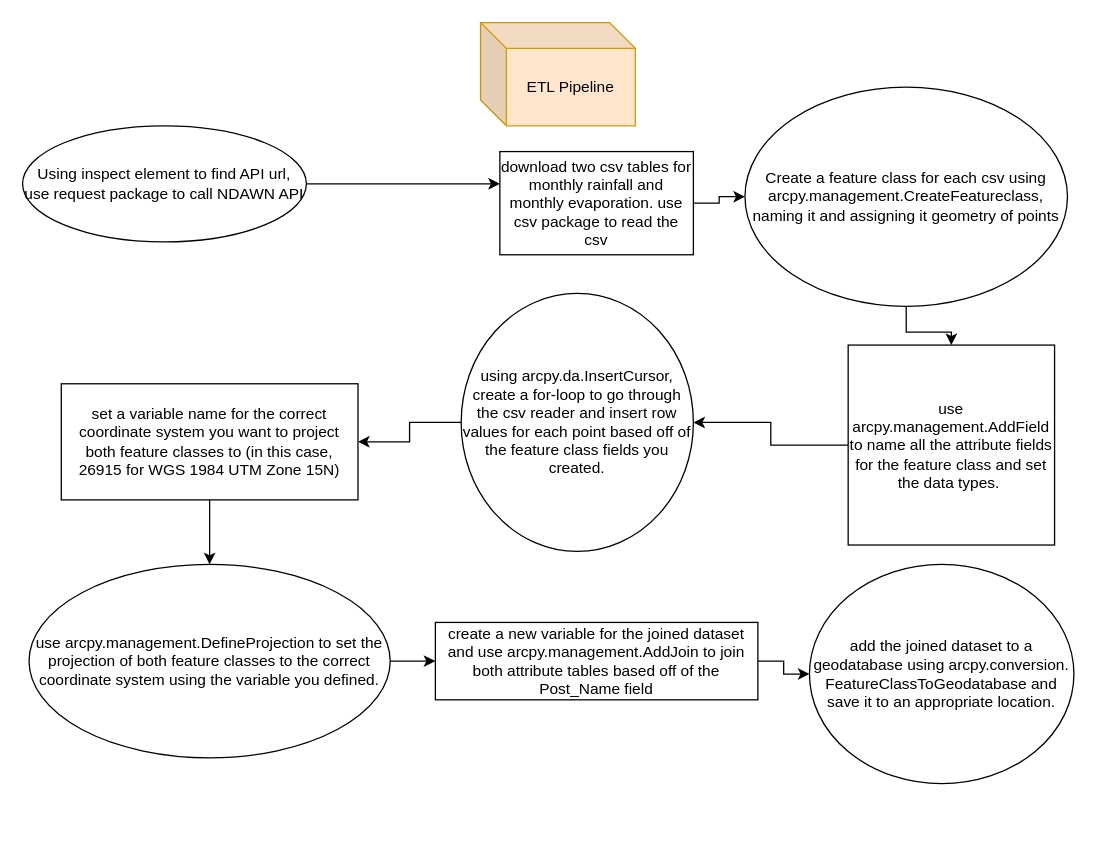
Above: lab01/Untitled Diagram.drawio in lsageser1/GIS5571 (draw.io), before the change. Source tidied: cells renumbered, new cells numbered last; positions are measured from the earlier drawing's top-left corner, leaving out a move shared by most shapes. Both pictures are drawn from the tidied source at 129%, with x=0, y=0 at pixel (22, 22).
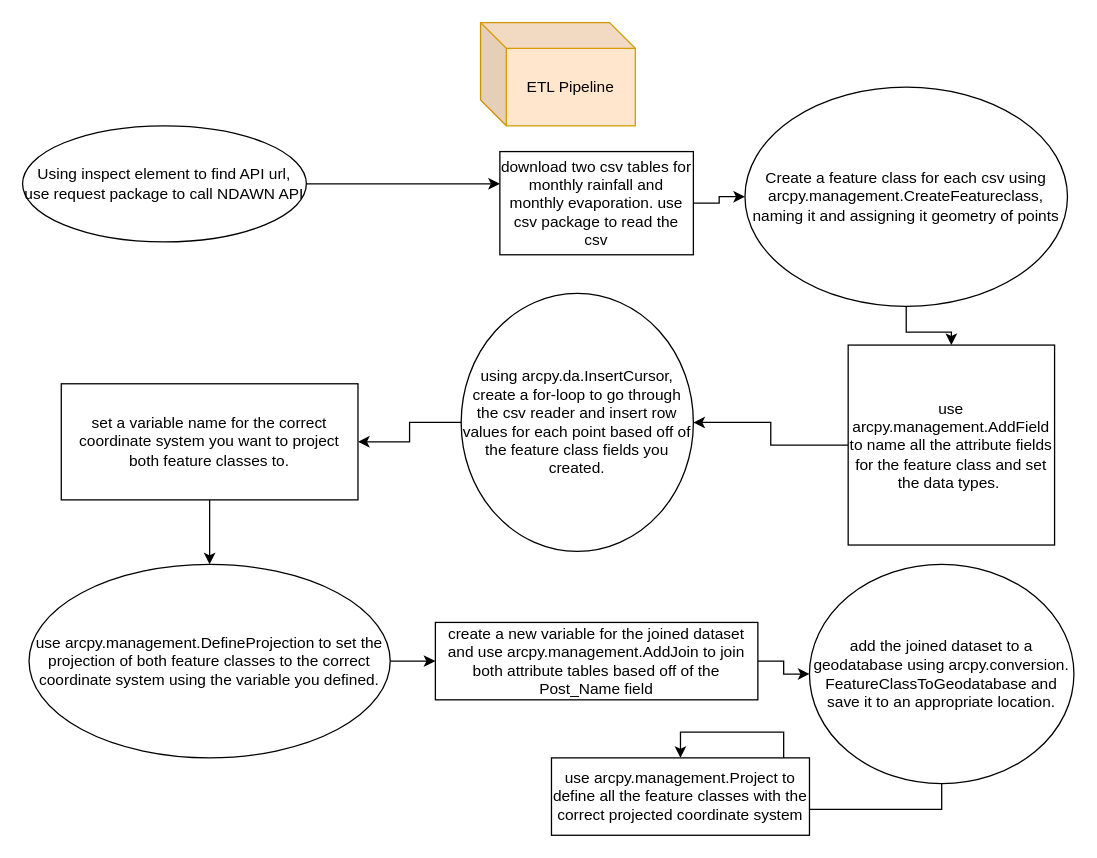
After the change.

Unchanged cells that the change refers to:
```xml
<mxCell id="19" value="add the joined dataset to a geodatabase using arcpy.conversion.&lt;br&gt;FeatureClassToGeodatabase and save it to an appropriate location." style="ellipse;whiteSpace=wrap;html=1;rounded=0;" parent="1" vertex="1">
  <mxGeometry x="610" y="420" width="205" height="170" as="geometry" />
</mxCell>
```

The edit, as a diff of the source:
```diff
@@
-    <mxCell id="14" value="set a variable name for the correct coordinate system you want to project both feature classes to (in this case, 26915 for WGS 1984 UTM Zone 15N)" style="whiteSpace=wrap;html=1;rounded=0;" parent="1" vertex="1">
+    <mxCell id="14" value="set a variable name for the correct coordinate system you want to project both feature classes to." style="whiteSpace=wrap;html=1;rounded=0;" parent="1" vertex="1">
       <mxGeometry x="30" y="280" width="230" height="90" as="geometry" />
     </mxCell>
@@
+    <mxCell id="20" style="edgeStyle=orthogonalEdgeStyle;rounded=0;jettySize=auto;html=1;" parent="1" edge="1" source="19" target="21">
+      <mxGeometry relative="1" as="geometry" />
+    </mxCell>
@@
+    <mxCell id="21" value="use arcpy.management.Project to define all the feature classes with the correct projected coordinate system" style="whiteSpace=wrap;html=1;rounded=0;" parent="1" vertex="1">
+      <mxGeometry x="410" y="570" width="200" height="60" as="geometry" />
+    </mxCell>
```
